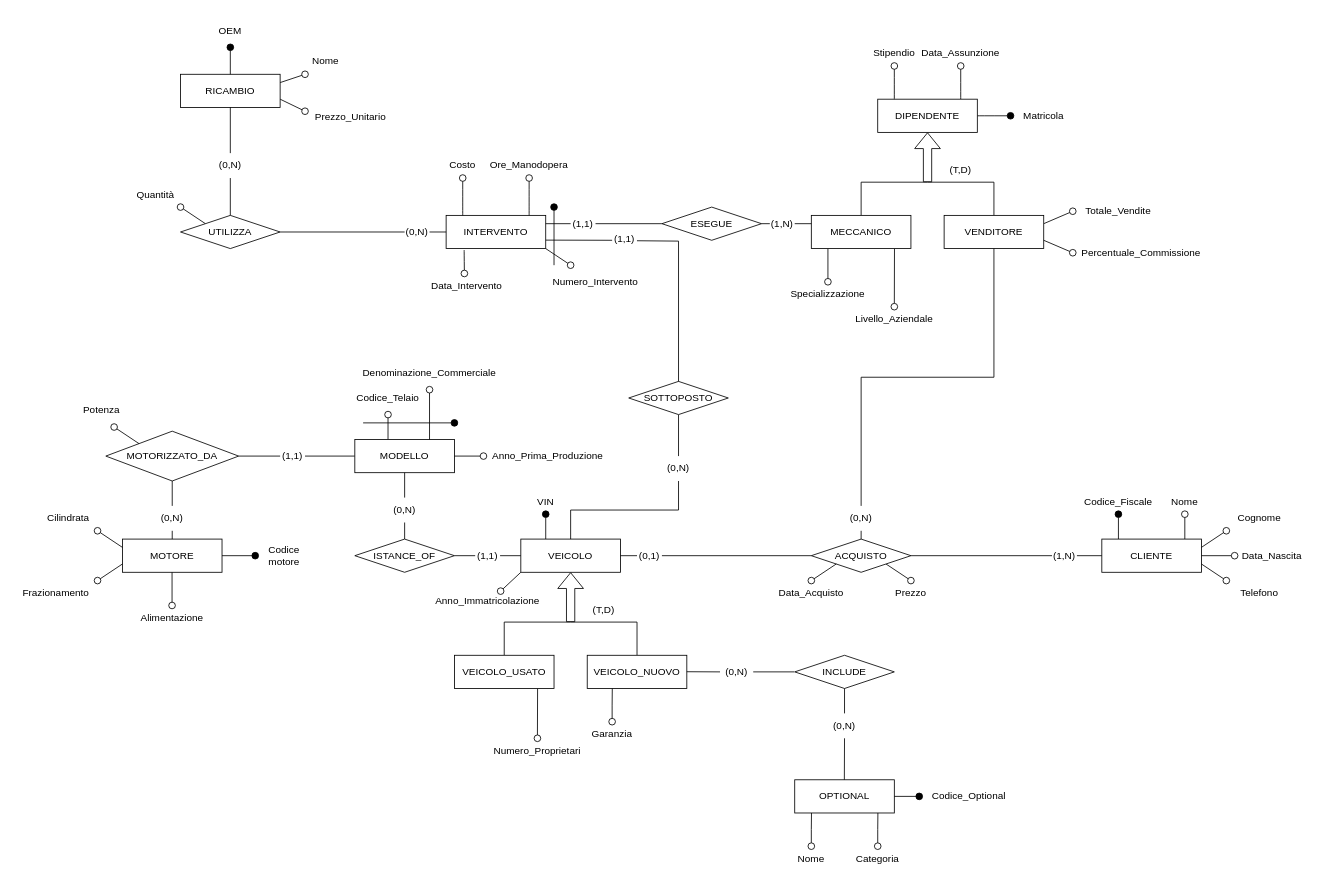
This is Schema ER.drawio from Ahwrs/ProgettoBasi, a draw.io file, before an edit. Source tidied: cells renumbered, new cells numbered last; positions are measured from the earlier drawing's top-left corner, leaving out a move shared by most shapes. Both pictures are drawn from the tidied source at 83%, with x=0, y=0 at pixel (14, 14).
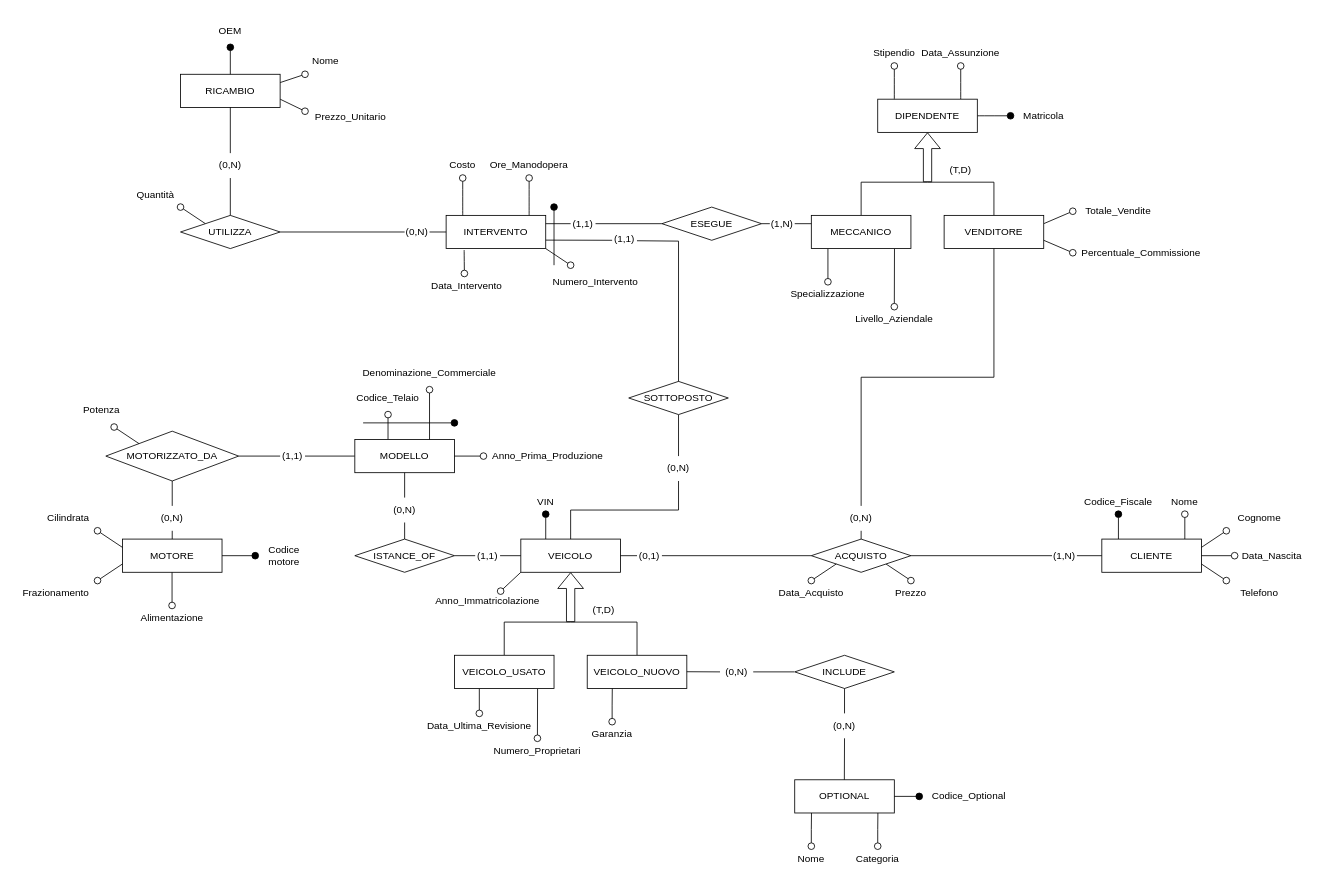
The same page after the edit.

Commit message:
Aggiunta "Data_Ultima_Revisione"

The change refers to these unchanged cells:
```xml
<mxCell id="16" value="VEICOLO_USATO" style="rounded=0;whiteSpace=wrap;html=1;" parent="1" vertex="1">
  <mxGeometry x="530" y="772" width="120" height="40" as="geometry" />
</mxCell>
```

What changed in the source:
```diff
@@
+    <mxCell id="150" style="rounded=0;jettySize=auto;html=1;exitX=0.25;exitY=1;exitDx=0;exitDy=0;endArrow=oval;endFill=0;startSize=8;endSize=8;entryX=0.5;entryY=0;entryDx=0;entryDy=0;" parent="1" edge="1" source="16" target="151">
+      <mxGeometry relative="1" as="geometry" />
+    </mxCell>
@@
+    <mxCell id="151" value="Data_Ultima_Revisione" style="text;html=1;whiteSpace=wrap;strokeColor=none;fillColor=none;align=center;verticalAlign=middle;rounded=0;" parent="1" vertex="1">
+      <mxGeometry x="530" y="842" width="60" height="30" as="geometry" />
+    </mxCell>
```
